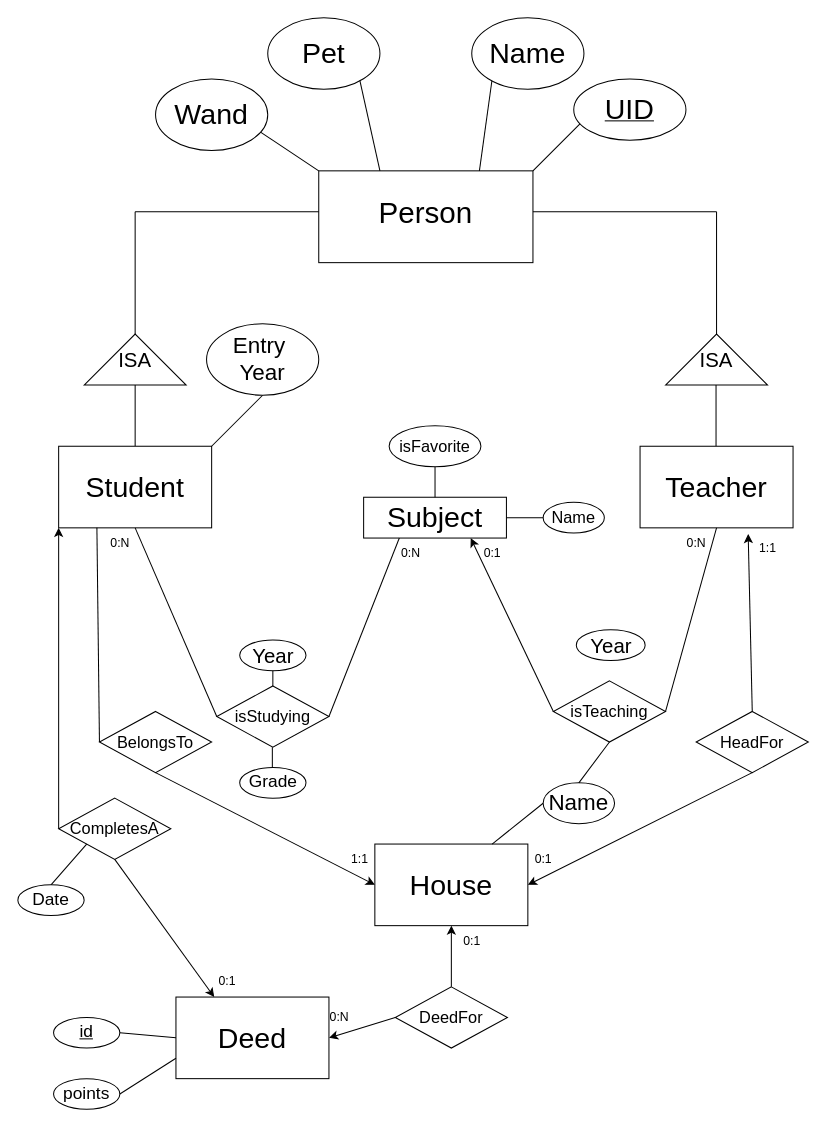
The draw.io diagram files/Untitled Diagram.drawio in jacksteel5314/todo-list, before the edit. Source tidied: cells renumbered, new cells numbered last; positions are measured from the earlier drawing's top-left corner, leaving out a move shared by most shapes. Both pictures are drawn from the tidied source at 102%, with x=0, y=0 at pixel (17, 17).
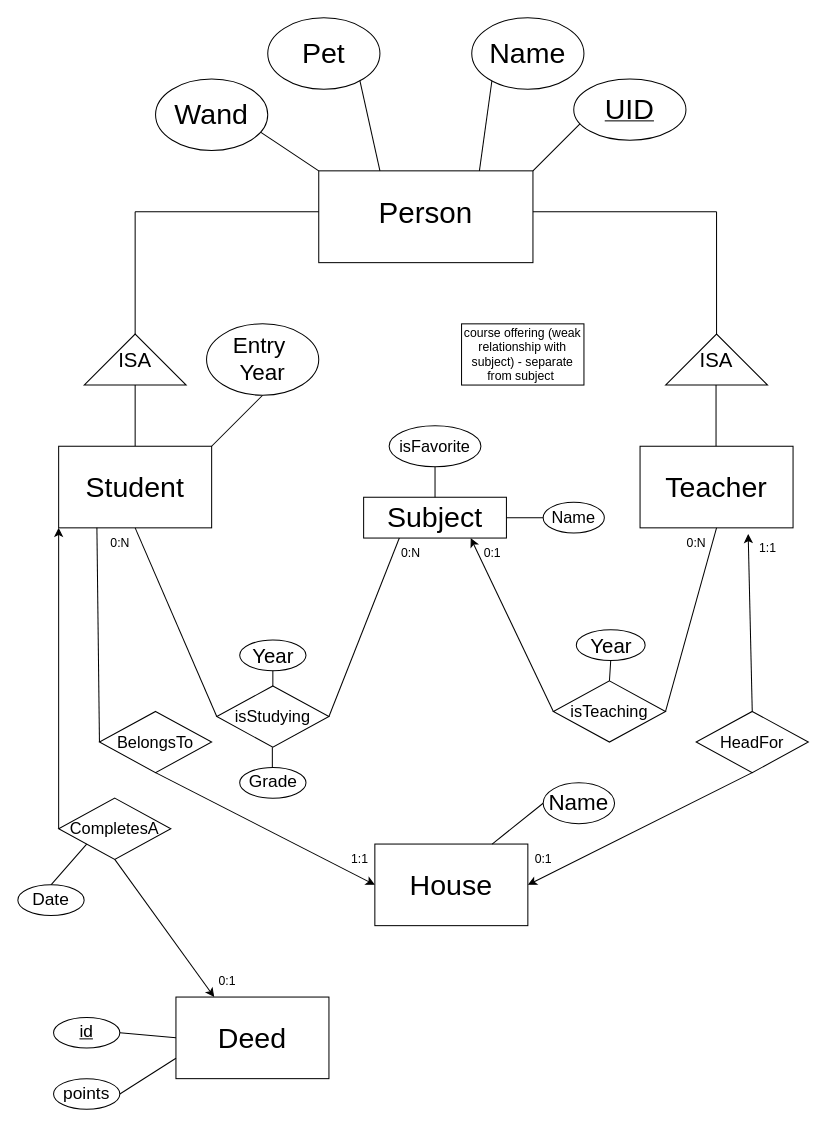
The same diagram, later.

The change refers to these unchanged cells:
```xml
<mxCell id="23" value="&lt;font style=&quot;font-size: 28px;&quot;&gt;House&lt;/font&gt;" style="rounded=0;whiteSpace=wrap;html=1;" parent="1" vertex="1">
  <mxGeometry x="350" y="810" width="150" height="80" as="geometry" />
</mxCell>
<mxCell id="25" value="&lt;span style=&quot;font-size: 22px;&quot;&gt;Name&lt;/span&gt;" style="ellipse;whiteSpace=wrap;html=1;" parent="1" vertex="1">
  <mxGeometry x="515" y="750" width="70" height="40" as="geometry" />
</mxCell>
<mxCell id="51" value="&lt;font style=&quot;font-size: 16px;&quot;&gt;isTeaching&lt;/font&gt;" style="rhombus;whiteSpace=wrap;html=1;" parent="1" vertex="1">
  <mxGeometry x="525" y="650" width="110" height="60" as="geometry" />
</mxCell>
<mxCell id="54" value="&lt;font style=&quot;font-size: 20px;&quot;&gt;Year&lt;/font&gt;" style="ellipse;whiteSpace=wrap;html=1;" parent="1" vertex="1">
  <mxGeometry x="547.5" y="600" width="67.5" height="30" as="geometry" />
</mxCell>
<mxCell id="61" value="&lt;font style=&quot;font-size: 28px;&quot;&gt;Deed&lt;/font&gt;" style="rounded=0;whiteSpace=wrap;html=1;" parent="1" vertex="1">
  <mxGeometry x="155" y="960" width="150" height="80" as="geometry" />
</mxCell>
```

Change to the diagram source:
```diff
@@
-    <mxCell id="56" style="endArrow=none;html=1;rounded=0;entryX=0.5;entryY=1;entryDx=0;entryDy=0;exitX=0.5;exitY=0;exitDx=0;exitDy=0;" parent="1" edge="1" source="25" target="51">
-      <mxGeometry relative="1" as="geometry" />
-    </mxCell>
@@
-    <mxCell id="68" value="&lt;font style=&quot;font-size: 16px;&quot;&gt;DeedFor&lt;/font&gt;" style="rhombus;whiteSpace=wrap;html=1;" parent="1" vertex="1">
-      <mxGeometry x="370" y="950" width="110" height="60" as="geometry" />
-    </mxCell>
-    <mxCell id="69" style="endArrow=classic;html=1;rounded=0;exitX=0.5;exitY=0;exitDx=0;exitDy=0;entryX=0.5;entryY=1;entryDx=0;entryDy=0;" parent="1" edge="1" source="68" target="23">
-      <mxGeometry relative="1" as="geometry" />
-    </mxCell>
-    <mxCell id="70" value="0:1" style="text;html=1;align=center;verticalAlign=middle;strokeColor=none;fillColor=none;" parent="1" vertex="1">
-      <mxGeometry x="425" y="890" width="40" height="30" as="geometry" />
-    </mxCell>
-    <mxCell id="71" style="endArrow=classic;html=1;rounded=0;exitX=0;exitY=0.5;exitDx=0;exitDy=0;entryX=1;entryY=0.5;entryDx=0;entryDy=0;" parent="1" edge="1" source="68" target="61">
-      <mxGeometry relative="1" as="geometry" />
-    </mxCell>
-    <mxCell id="72" value="0:N" style="text;html=1;align=center;verticalAlign=middle;strokeColor=none;fillColor=none;" parent="1" vertex="1">
-      <mxGeometry x="295" y="965" width="40" height="30" as="geometry" />
-    </mxCell>
+    <mxCell id="73" style="endArrow=none;html=1;rounded=0;exitX=0.5;exitY=1;exitDx=0;exitDy=0;entryX=0.5;entryY=0;entryDx=0;entryDy=0;" parent="1" edge="1" source="54" target="51">
+      <mxGeometry relative="1" as="geometry" />
+    </mxCell>
+    <mxCell id="74" value="course offering (weak relationship with subject) - separate from subject&amp;nbsp;" style="whiteSpace=wrap;html=1;" parent="1" vertex="1">
+      <mxGeometry x="435" y="300" width="120" height="60" as="geometry" />
+    </mxCell>
```
